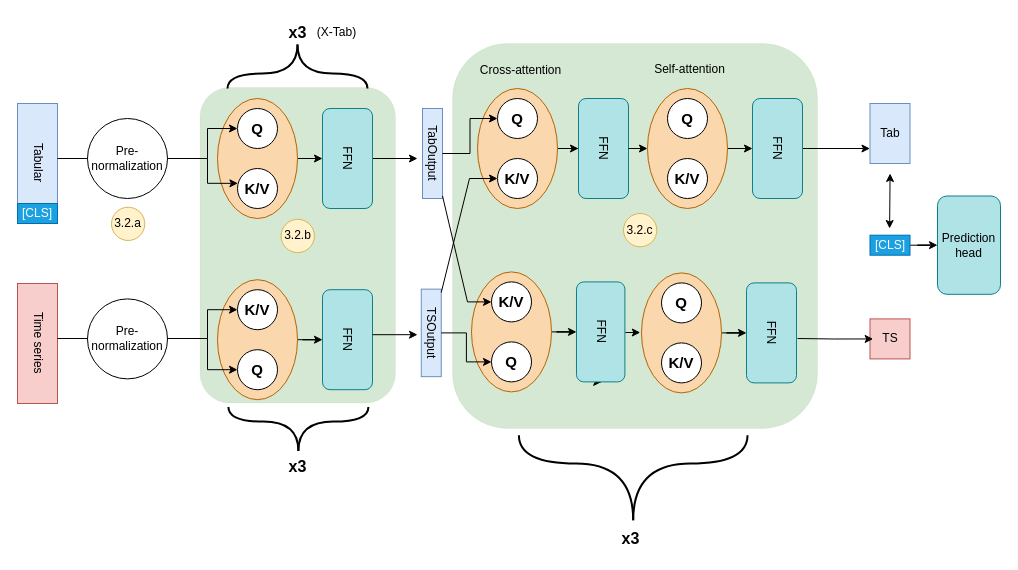
Before: CrossXTab_did.drawio in Jeremstym/MulModVM, a draw.io diagram. Source tidied: cells renumbered, new cells numbered last; positions are measured from the earlier drawing's top-left corner, leaving out a move shared by most shapes. Both pictures are drawn from the tidied source at 100%, with x=0, y=0 at pixel (17, 17).
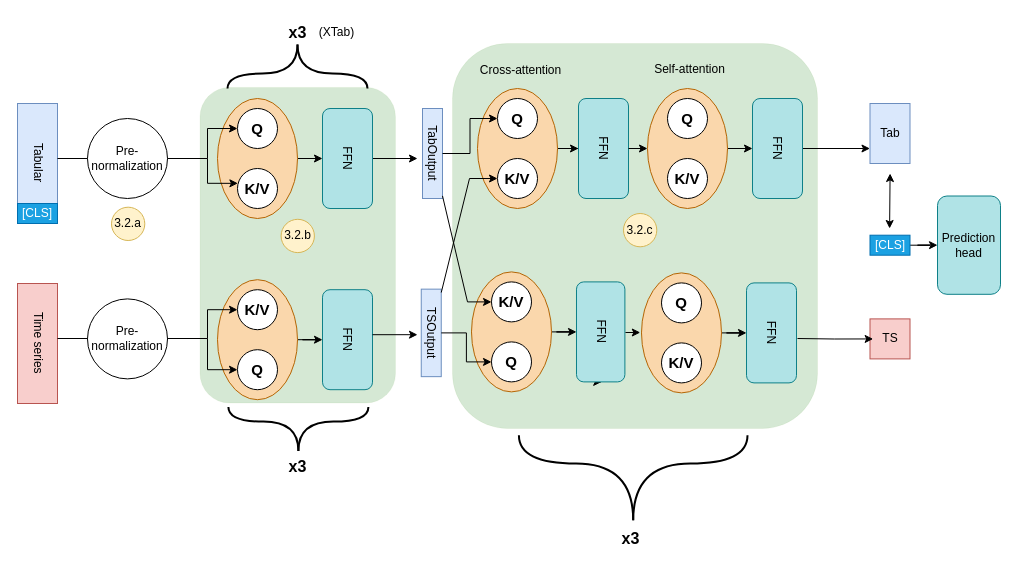
After the change.

Commit message:
modify orthograph xtab

Change to the diagram source:
```diff
@@
-    <mxCell id="42" value="(X-Tab)" style="text;html=1;align=center;verticalAlign=middle;strokeColor=none;fillColor=none;" parent="1" vertex="1">
+    <mxCell id="42" value="(XTab)" style="text;html=1;align=center;verticalAlign=middle;strokeColor=none;fillColor=none;" parent="1" vertex="1">
       <mxGeometry x="289" width="60" height="30" as="geometry" />
     </mxCell>
```
